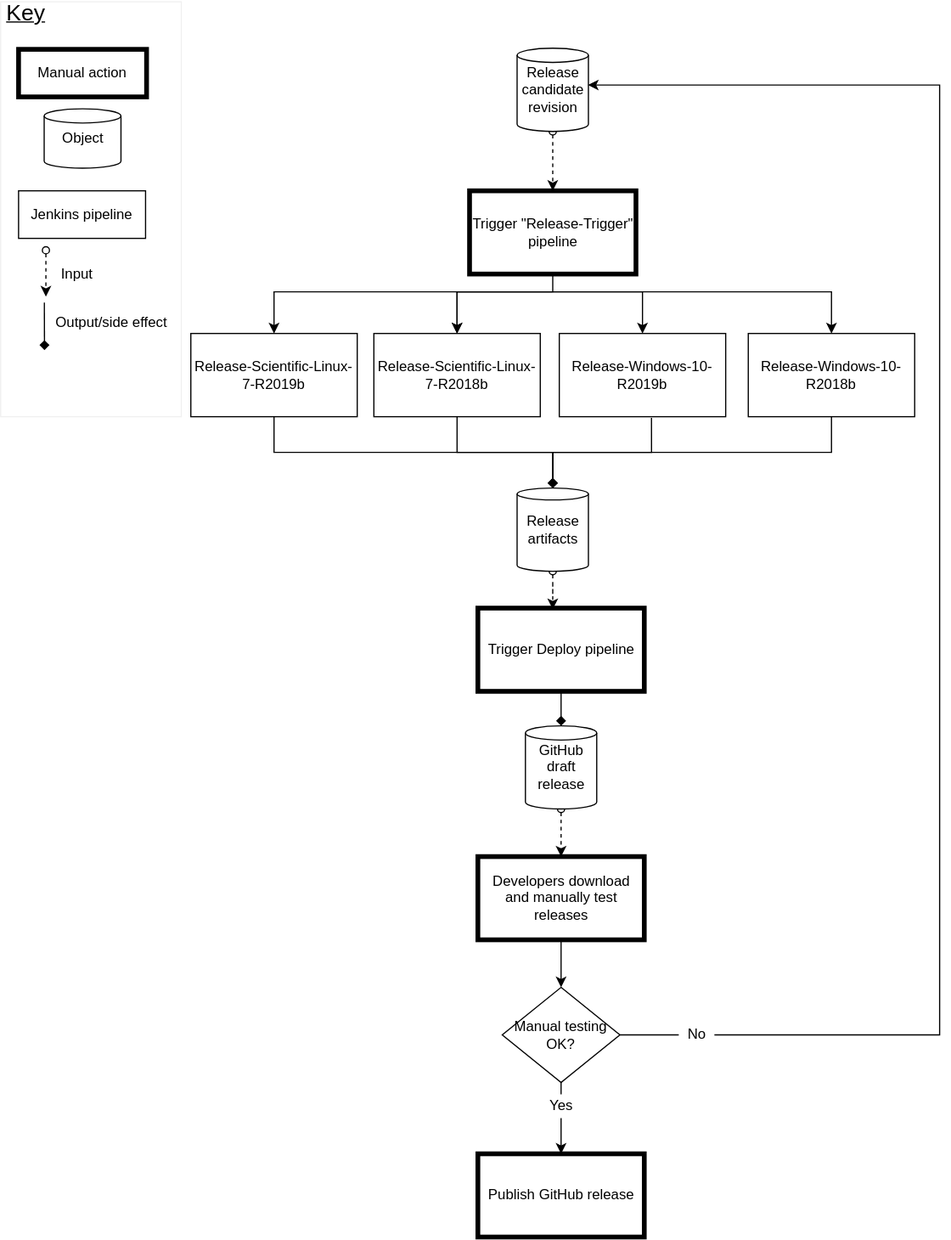
This is documentation/smg/images/12_release_process.drawio.svg from pace-neutrons/Horace, a draw.io export, as it was before one commit. Source tidied: cells renumbered, new cells last; positions are measured from the earlier drawing's top-left corner, leaving out a move shared by most shapes.
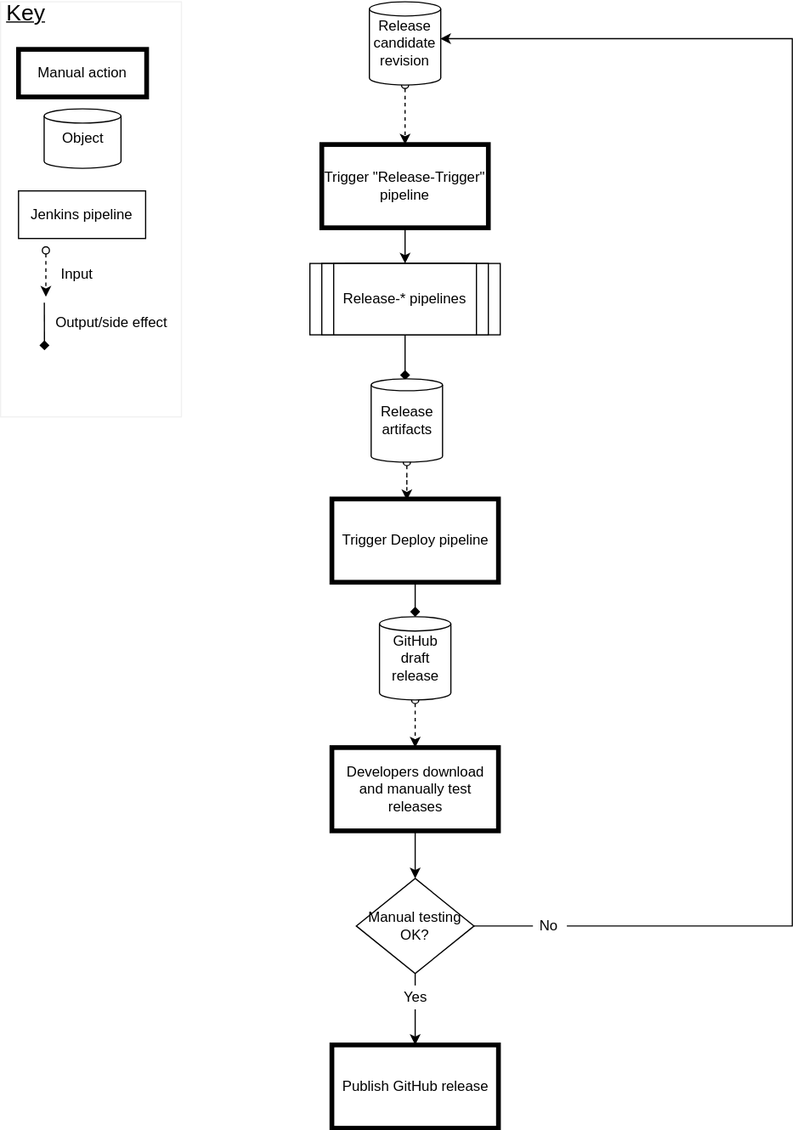
The same diagram one commit later.

Commit message:
Don't explicitly name pipelines in release flowchart

The exact names of the Jenkins pipelines is likely to change over time,
he diagram now uses `Release-*` to refer to Jenkins release pipelines

Diff of the diagram source:
```diff
@@ -2,49 +2,12 @@
   <root>
     <mxCell id="0" />
     <mxCell id="1" parent="0" />
-    <mxCell id="2" style="edgeStyle=orthogonalEdgeStyle;rounded=0;jettySize=auto;html=1;exitX=0.5;exitY=1;exitDx=0;exitDy=0;entryX=0.5;entryY=0;entryDx=0;entryDy=0;" parent="1" edge="1" target="7">
-      <mxGeometry relative="1" as="geometry">
-        <mxPoint x="464.5" y="244" as="sourcePoint" />
-      </mxGeometry>
-    </mxCell>
-    <mxCell id="3" style="edgeStyle=orthogonalEdgeStyle;rounded=0;jettySize=auto;html=1;entryX=0.5;entryY=0;entryDx=0;entryDy=0;" parent="1" edge="1" target="8">
-      <mxGeometry relative="1" as="geometry">
-        <mxPoint x="464.5" y="244" as="sourcePoint" />
-      </mxGeometry>
-    </mxCell>
-    <mxCell id="4" style="edgeStyle=orthogonalEdgeStyle;rounded=0;jettySize=auto;html=1;entryX=0.5;entryY=0;entryDx=0;entryDy=0;" parent="1" edge="1" target="9">
-      <mxGeometry relative="1" as="geometry">
-        <mxPoint x="464.5" y="244" as="sourcePoint" />
-      </mxGeometry>
-    </mxCell>
-    <mxCell id="5" style="edgeStyle=orthogonalEdgeStyle;rounded=0;jettySize=auto;html=1;entryX=0.5;entryY=0;entryDx=0;entryDy=0;exitX=0.5;exitY=1;exitDx=0;exitDy=0;" parent="1" edge="1" target="11">
-      <mxGeometry relative="1" as="geometry">
-        <mxPoint x="464.5" y="244" as="sourcePoint" />
-      </mxGeometry>
-    </mxCell>
+    <mxCell id="46" style="edgeStyle=orthogonalEdgeStyle;rounded=0;jettySize=auto;html=1;exitX=0.5;exitY=1;exitDx=0;exitDy=0;entryX=0.5;entryY=0;entryDx=0;entryDy=0;" parent="1" edge="1" source="6" target="52">
+      <mxGeometry relative="1" as="geometry" />
+    </mxCell>
     <mxCell id="6" value="Trigger &quot;Release-Trigger&quot; pipeline" style="whiteSpace=wrap;html=1;perimeterSpacing=0;strokeWidth=4;" parent="1" vertex="1">
-      <mxGeometry x="394.5" y="159" width="140" height="70" as="geometry" />
+      <mxGeometry x="393" y="212" width="140" height="70" as="geometry" />
     </mxCell>
-    <mxCell id="7" value="Release-Windows-10-R2018b" style="whiteSpace=wrap;html=1;" parent="1" vertex="1">
-      <mxGeometry x="629" y="279" width="140" height="70" as="geometry" />
-    </mxCell>
-    <mxCell id="8" value="Release-Windows-10-R2019b" style="whiteSpace=wrap;html=1;" parent="1" vertex="1">
-      <mxGeometry x="470" y="279" width="140" height="70" as="geometry" />
-    </mxCell>
-    <mxCell id="9" value="Release-Scientific-Linux-7-R2018b" style="whiteSpace=wrap;html=1;" parent="1" vertex="1">
-      <mxGeometry x="314" y="279" width="140" height="70" as="geometry" />
-    </mxCell>
-    <mxCell id="10" style="edgeStyle=orthogonalEdgeStyle;rounded=0;jettySize=auto;html=1;" parent="1" edge="1" source="6" target="9">
-      <mxGeometry relative="1" as="geometry">
-        <Array as="points">
-          <mxPoint x="465" y="244" />
-          <mxPoint x="384" y="244" />
-        </Array>
-      </mxGeometry>
-    </mxCell>
-    <mxCell id="11" value="Release-Scientific-Linux-7-R2019b" style="whiteSpace=wrap;html=1;" parent="1" vertex="1">
-      <mxGeometry x="160" y="279" width="140" height="70" as="geometry" />
-    </mxCell>
     <mxCell id="12" value="Trigger Deploy pipeline" style="whiteSpace=wrap;html=1;strokeWidth=4;" parent="1" vertex="1">
       <mxGeometry x="401.5" y="510" width="140" height="70" as="geometry" />
     </mxCell>
@@ -60,28 +23,9 @@
     <mxCell id="16" style="edgeStyle=orthogonalEdgeStyle;rounded=0;jettySize=auto;html=1;entryX=0.45;entryY=0.014;entryDx=0;entryDy=0;entryPerimeter=0;dashed=1;startArrow=oval;startFill=0;" parent="1" edge="1" source="21" target="12">
       <mxGeometry relative="1" as="geometry" />
     </mxCell>
-    <mxCell id="17" style="edgeStyle=orthogonalEdgeStyle;rounded=0;jumpStyle=none;jettySize=auto;html=1;entryX=0.5;entryY=1;entryDx=0;entryDy=0;startArrow=diamond;startFill=1;endArrow=none;endFill=0;" parent="1" edge="1" source="21" target="9">
+    <mxCell id="17" style="edgeStyle=orthogonalEdgeStyle;rounded=0;jumpStyle=none;jettySize=auto;html=1;entryX=0.5;entryY=1;entryDx=0;entryDy=0;startArrow=diamond;startFill=1;endArrow=none;endFill=0;exitX=0.475;exitY=0.014;exitDx=0;exitDy=0;exitPerimeter=0;" parent="1" edge="1" source="21" target="52">
       <mxGeometry relative="1" as="geometry" />
     </mxCell>
-    <mxCell id="18" style="edgeStyle=orthogonalEdgeStyle;rounded=0;jumpStyle=none;jettySize=auto;html=1;entryX=0.554;entryY=1.014;entryDx=0;entryDy=0;entryPerimeter=0;startArrow=diamond;startFill=1;endArrow=none;endFill=0;" parent="1" edge="1" source="21" target="8">
-      <mxGeometry relative="1" as="geometry" />
-    </mxCell>
-    <mxCell id="19" style="edgeStyle=orthogonalEdgeStyle;rounded=0;jumpStyle=none;jettySize=auto;html=1;entryX=0.5;entryY=1;entryDx=0;entryDy=0;startArrow=diamond;startFill=1;endArrow=none;endFill=0;" parent="1" edge="1" source="21" target="7">
-      <mxGeometry relative="1" as="geometry">
-        <Array as="points">
-          <mxPoint x="464.5" y="379" />
-          <mxPoint x="699.5" y="379" />
-        </Array>
-      </mxGeometry>
-    </mxCell>
-    <mxCell id="20" style="edgeStyle=orthogonalEdgeStyle;rounded=0;jumpStyle=none;jettySize=auto;html=1;entryX=0.5;entryY=1;entryDx=0;entryDy=0;startArrow=diamond;startFill=1;endArrow=none;endFill=0;" parent="1" edge="1" source="21" target="11">
-      <mxGeometry relative="1" as="geometry">
-        <Array as="points">
-          <mxPoint x="464.5" y="379" />
-          <mxPoint x="230.5" y="379" />
-        </Array>
-      </mxGeometry>
-    </mxCell>
     <mxCell id="21" value="Release artifacts" style="shape=cylinder2;whiteSpace=wrap;html=1;boundedLbl=1;backgroundOutline=1;size=5;" parent="1" vertex="1">
       <mxGeometry x="434.5" y="409" width="60" height="70" as="geometry" />
     </mxCell>
@@ -89,7 +33,7 @@
       <mxGeometry relative="1" as="geometry" />
     </mxCell>
     <mxCell id="23" value="Release candidate revision" style="shape=cylinder2;whiteSpace=wrap;html=1;boundedLbl=1;backgroundOutline=1;size=6;" parent="1" vertex="1">
-      <mxGeometry x="434.5" y="39" width="60" height="70" as="geometry" />
+      <mxGeometry x="433" y="92" width="60" height="70" as="geometry" />
     </mxCell>
     <mxCell id="24" style="edgeStyle=orthogonalEdgeStyle;rounded=0;jettySize=auto;html=1;entryX=0.5;entryY=0;entryDx=0;entryDy=0;startArrow=oval;startFill=0;dashed=1;" parent="1" edge="1" source="26" target="13">
       <mxGeometry relative="1" as="geometry" />
@@ -115,19 +59,21 @@
     <mxCell id="31" style="edgeStyle=orthogonalEdgeStyle;rounded=0;jettySize=auto;html=1;entryX=0.992;entryY=0.443;entryDx=0;entryDy=0;entryPerimeter=0;" parent="1" edge="1" source="32" target="23">
       <mxGeometry relative="1" as="geometry">
         <Array as="points">
-          <mxPoint x="790" y="869" />
-          <mxPoint x="790" y="70" />
+          <mxPoint x="788.5" y="869" />
+          <mxPoint x="788.5" y="123" />
         </Array>
       </mxGeometry>
     </mxCell>
     <mxCell id="32" value="No" style="text;html=1;strokeColor=none;fillColor=none;align=center;verticalAlign=middle;whiteSpace=wrap;rounded=0;" parent="1" vertex="1">
-      <mxGeometry x="570.5" y="856.5" width="30" height="25" as="geometry" />
+      <mxGeometry x="569" y="856.5" width="30" height="25" as="geometry" />
     </mxCell>
-    <mxCell id="33" style="edgeStyle=orthogonalEdgeStyle;rounded=0;jumpStyle=none;jettySize=auto;html=1;entryX=0;entryY=0.5;entryDx=0;entryDy=0;startArrow=none;startFill=0;endArrow=none;endFill=0;" parent="1" edge="1" source="14" target="32">
-      <mxGeometry relative="1" as="geometry" />
+    <mxCell id="33" style="edgeStyle=orthogonalEdgeStyle;rounded=0;jumpStyle=none;jettySize=auto;html=1;entryX=0;entryY=0.5;entryDx=0;entryDy=0;startArrow=none;startFill=0;endArrow=none;endFill=0;" parent="1" edge="1" source="14">
+      <mxGeometry relative="1" as="geometry">
+        <mxPoint x="570.5" y="869" as="targetPoint" />
+      </mxGeometry>
     </mxCell>
     <mxCell id="34" style="group;" parent="1" vertex="1">
-      <mxGeometry width="152" height="349" as="geometry" />
+      <mxGeometry x="123" y="92" width="152" height="349" as="geometry" />
     </mxCell>
     <mxCell id="35" style="group;strokeColor=#f0f0f0;" parent="34" vertex="1">
       <mxGeometry width="152" height="349" as="geometry" />
@@ -171,5 +117,23 @@
     <mxCell id="45" value="Output/side effect" style="text;html=1;strokeColor=none;fillColor=none;align=center;verticalAlign=middle;whiteSpace=wrap;rounded=0;" parent="43" vertex="1">
       <mxGeometry width="113.1" height="20" as="geometry" />
     </mxCell>
+    <mxCell id="47" style="group;" parent="1" vertex="1">
+      <mxGeometry x="383" y="312" width="160" height="60" as="geometry" />
+    </mxCell>
+    <mxCell id="48" style="rounded=0;whiteSpace=wrap;html=1;" parent="47" vertex="1">
+      <mxGeometry x="40" width="120" height="60" as="geometry" />
+    </mxCell>
+    <mxCell id="49" style="rounded=0;whiteSpace=wrap;html=1;" parent="47" vertex="1">
+      <mxGeometry x="30" width="120" height="60" as="geometry" />
+    </mxCell>
+    <mxCell id="50" style="rounded=0;whiteSpace=wrap;html=1;" parent="47" vertex="1">
+      <mxGeometry width="120" height="60" as="geometry" />
+    </mxCell>
+    <mxCell id="51" style="rounded=0;whiteSpace=wrap;html=1;" parent="47" vertex="1">
+      <mxGeometry x="10" width="120" height="60" as="geometry" />
+    </mxCell>
+    <mxCell id="52" value="Release-* pipelines" style="rounded=0;whiteSpace=wrap;html=1;" parent="47" vertex="1">
+      <mxGeometry x="20" width="120" height="60" as="geometry" />
+    </mxCell>
   </root>
 </mxGraphModel>
```
